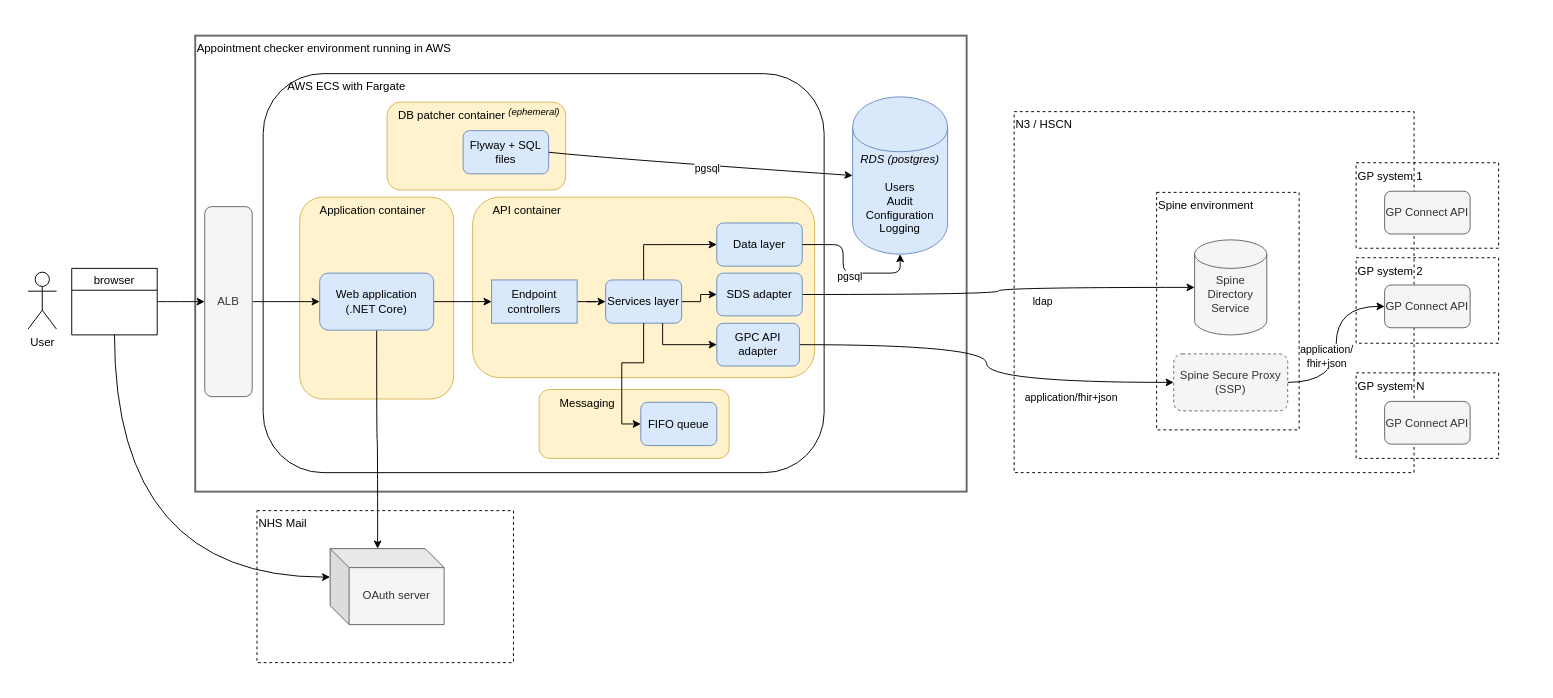
The draw.io diagram documentation/gpc-appointment-checker-high-level-architecture.drawio in nhsconnect/gpconnect-appointment-checker, before the edit. Source tidied: cells renumbered, new cells numbered last; positions are measured from the earlier drawing's top-left corner, leaving out a move shared by most shapes. Both pictures are drawn from the tidied source at 95%, with x=0, y=0 at pixel (28, 35).
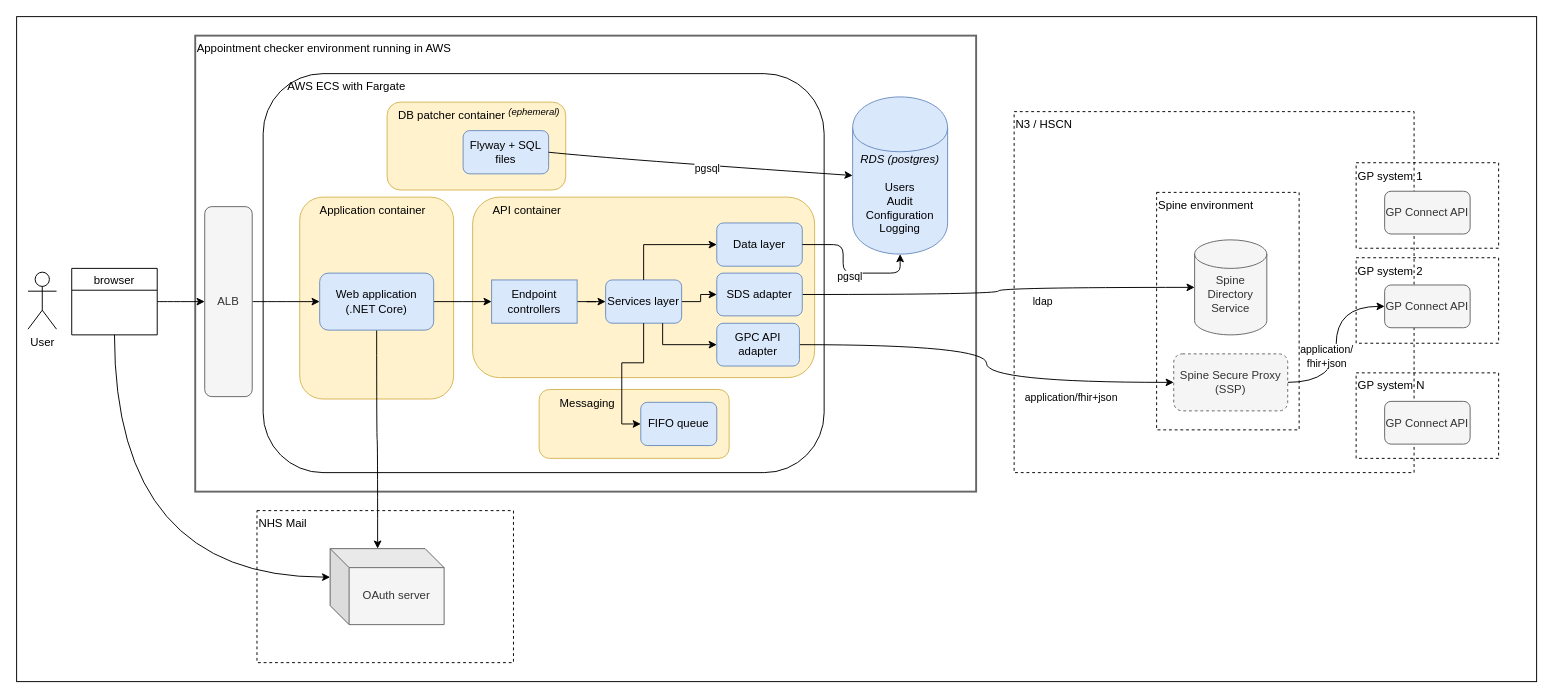
The same page after the edit.

Commit message (it also covers changes not shown here):
Updated architecture diagram

Diff of the diagram source:
```diff
@@
+    <mxCell id="54" style="rounded=0;whiteSpace=wrap;html=1;" parent="1" vertex="1">
+      <mxGeometry x="-12" y="-20" width="1600" height="700" as="geometry" />
+    </mxCell>
     <mxCell id="2" value="Appointment checker environment running in AWS" style="rounded=0;whiteSpace=wrap;html=1;verticalAlign=top;align=left;strokeWidth=2;strokeColor=#666666;" parent="1" vertex="1">
-      <mxGeometry x="176" width="812" height="480" as="geometry" />
+      <mxGeometry x="176" width="822" height="480" as="geometry" />
     </mxCell>
```
